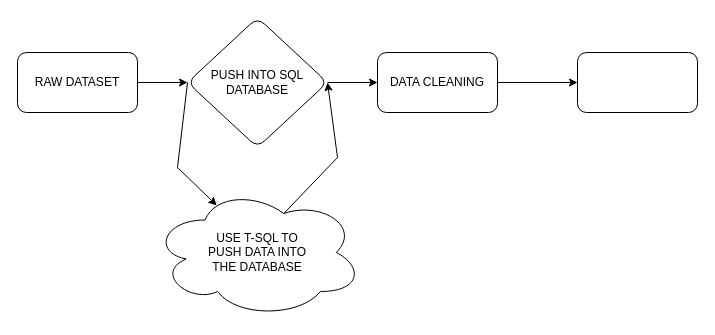
Earlier version of the draw.io diagram Untitled Diagram.drawio (AnubhavAdhar/trial). Source tidied: cells renumbered, new cells numbered last; positions are measured from the earlier drawing's top-left corner, leaving out a move shared by most shapes. Both pictures are drawn from the tidied source at 100%, with x=0, y=0 at pixel (17, 17).
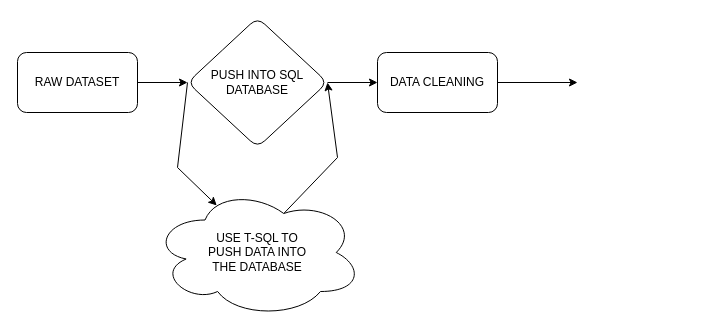
The same page after the edit.

The edit, as a diff of the source:
```diff
@@
 <mxGraphModel>
   <root>
     <mxCell id="0" />
     <mxCell id="1" parent="0" />
     <mxCell id="2" style="edgeStyle=none;rounded=0;jettySize=auto;html=1;elbow=vertical;" parent="1" edge="1" source="3" target="6">
       <mxGeometry relative="1" as="geometry" />
     </mxCell>
     <mxCell id="3" value="RAW DATASET" style="rounded=1;whiteSpace=wrap;html=1;" parent="1" vertex="1">
       <mxGeometry y="35" width="120" height="60" as="geometry" />
     </mxCell>
     <mxCell id="4" style="edgeStyle=none;rounded=0;jettySize=auto;html=1;elbow=vertical;" parent="1" edge="1" source="6" target="8">
       <mxGeometry relative="1" as="geometry" />
     </mxCell>
     <mxCell id="5" style="edgeStyle=none;rounded=0;jettySize=auto;html=1;exitX=0;exitY=0.5;exitDx=0;exitDy=0;elbow=vertical;entryX=0.306;entryY=0.138;entryDx=0;entryDy=0;entryPerimeter=0;" parent="1" edge="1" source="6" target="10">
       <mxGeometry relative="1" as="geometry">
         <Array as="points">
           <mxPoint x="160" y="150" />
         </Array>
       </mxGeometry>
     </mxCell>
     <mxCell id="6" value="PUSH INTO SQL DATABASE" style="rhombus;whiteSpace=wrap;html=1;rounded=1;" parent="1" vertex="1">
       <mxGeometry x="170" width="140" height="130" as="geometry" />
     </mxCell>
-    <mxCell id="7" style="edgeStyle=none;rounded=0;jettySize=auto;html=1;elbow=vertical;" parent="1" edge="1" source="8" target="11">
-      <mxGeometry relative="1" as="geometry" />
+    <mxCell id="7" style="edgeStyle=none;rounded=0;jettySize=auto;html=1;elbow=vertical;" parent="1" edge="1" source="8">
+      <mxGeometry relative="1" as="geometry">
+        <mxPoint x="560" y="65" as="targetPoint" />
+      </mxGeometry>
     </mxCell>
     <mxCell id="8" value="DATA CLEANING" style="whiteSpace=wrap;html=1;rounded=1;" parent="1" vertex="1">
       <mxGeometry x="360" y="35" width="120" height="60" as="geometry" />
     </mxCell>
     <mxCell id="9" style="edgeStyle=none;rounded=0;jettySize=auto;html=1;exitX=0.625;exitY=0.2;exitDx=0;exitDy=0;exitPerimeter=0;entryX=1;entryY=0.5;entryDx=0;entryDy=0;elbow=vertical;" parent="1" edge="1" source="10" target="6">
       <mxGeometry relative="1" as="geometry">
         <Array as="points">
           <mxPoint x="320" y="140" />
         </Array>
       </mxGeometry>
     </mxCell>
     <mxCell id="10" value="USE T-SQL TO &lt;br&gt;PUSH DATA INTO &lt;br&gt;THE DATABASE" style="ellipse;shape=cloud;whiteSpace=wrap;html=1;" parent="1" vertex="1">
       <mxGeometry x="135" y="170" width="210" height="130" as="geometry" />
     </mxCell>
-    <mxCell id="11" style="rounded=1;whiteSpace=wrap;html=1;" parent="1" vertex="1">
-      <mxGeometry x="560" y="35" width="120" height="60" as="geometry" />
-    </mxCell>
   </root>
 </mxGraphModel>
```
